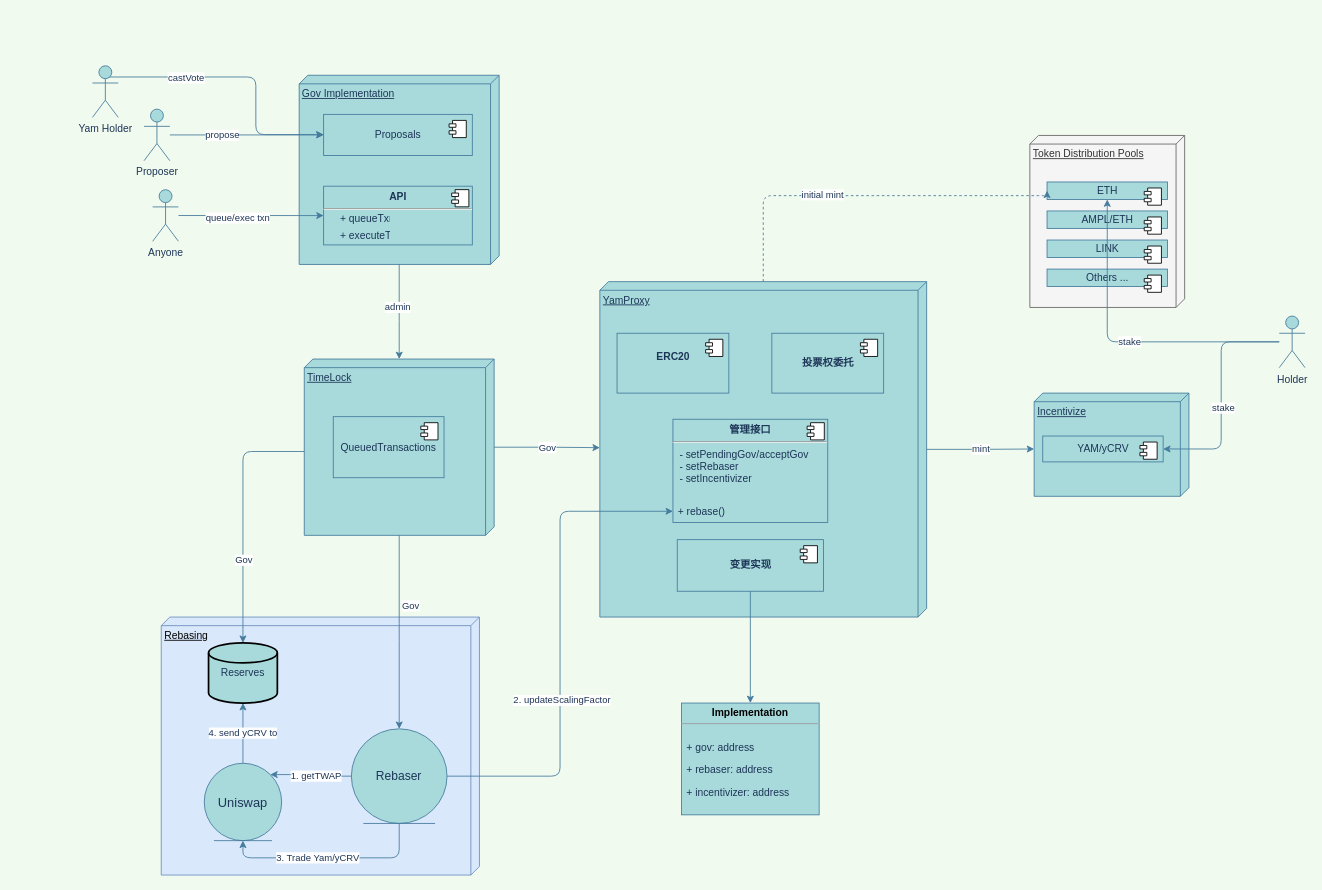
Before: assets/yam.drawio in lerencao/how-yam-works.share, a draw.io diagram. Source tidied: cells renumbered, new cells numbered last; positions are measured from the earlier drawing's top-left corner, leaving out a move shared by most shapes. Both pictures are drawn from the tidied source at 86%, with x=0, y=0 at pixel (15, 15).
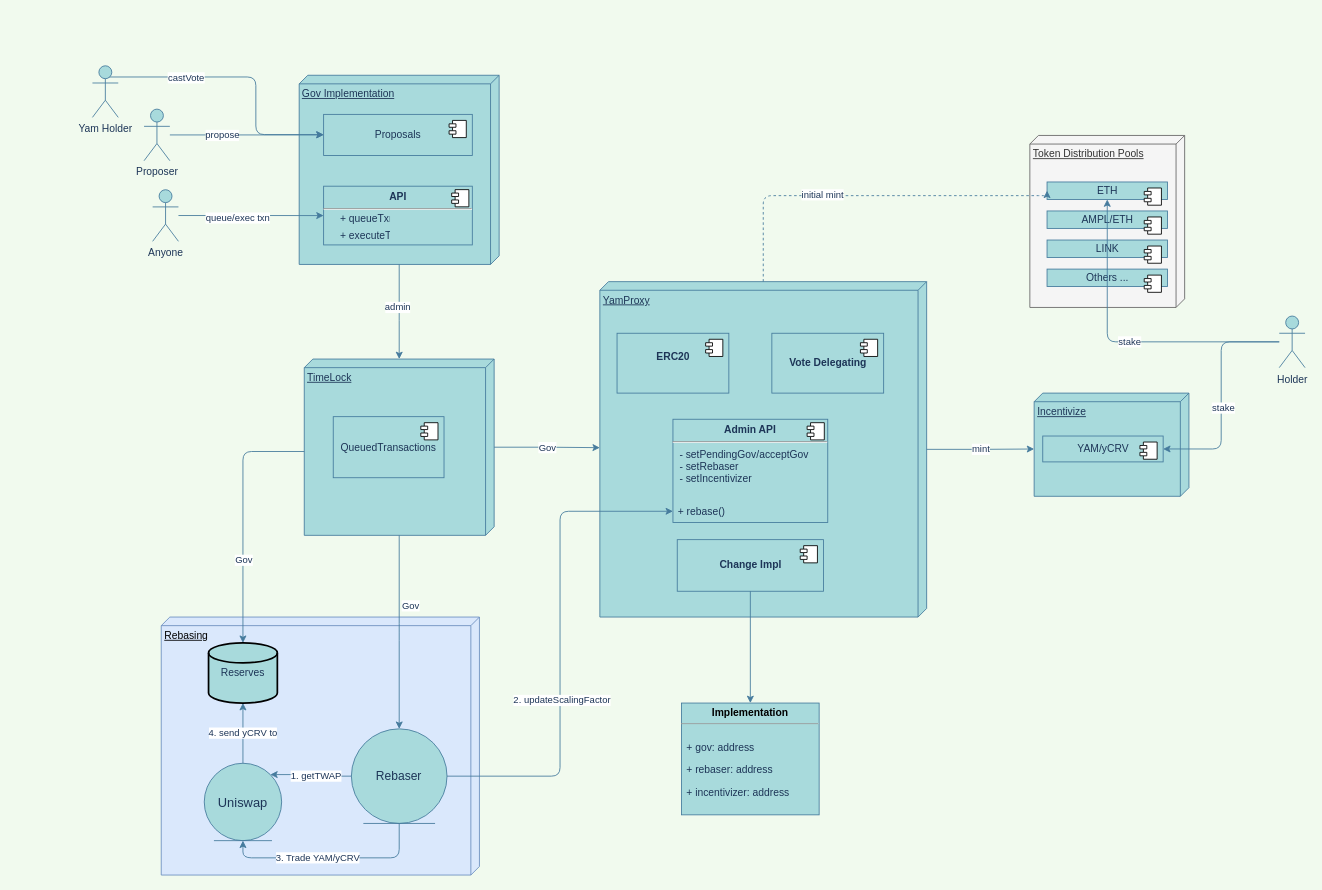
Above is the later version.

Commit message (it also covers changes not shown here):
update yam jpg

Unchanged cells that the change refers to:
```xml
<mxCell id="9" style="group;" parent="8" vertex="1">
  <mxGeometry width="380" height="390" as="geometry" />
</mxCell>
<mxCell id="17" style="group;" parent="9" vertex="1">
  <mxGeometry x="85" y="160" width="180" height="120" as="geometry" />
</mxCell>
<mxCell id="57" style="edgeStyle=orthogonalEdgeStyle;curved=0;rounded=1;sketch=0;jettySize=auto;html=1;exitX=0.5;exitY=1;exitDx=0;exitDy=0;entryX=0.5;entryY=1;entryDx=0;entryDy=0;strokeColor=#457B9D;fillColor=#A8DADC;fontColor=#1D3557;" parent="51" edge="1" source="54" target="53">
  <mxGeometry relative="1" as="geometry" />
</mxCell>
```

What changed in the source:
```diff
@@
-    <mxCell id="13" value="&lt;b&gt;投票权委托&lt;br&gt;&lt;/b&gt;" style="html=1;rounded=0;sketch=0;strokeColor=#457B9D;fillColor=#A8DADC;fontColor=#1D3557;" parent="9" vertex="1">
+    <mxCell id="13" value="&lt;b&gt;Vote Delegating&lt;br&gt;&lt;/b&gt;" style="html=1;rounded=0;sketch=0;strokeColor=#457B9D;fillColor=#A8DADC;fontColor=#1D3557;" parent="9" vertex="1">
       <mxGeometry x="200" y="60" width="130" height="69.6" as="geometry" />
     </mxCell>
@@
-    <mxCell id="15" value="&lt;b&gt;变更实现&lt;/b&gt;" style="html=1;rounded=0;sketch=0;strokeColor=#457B9D;fillColor=#A8DADC;fontColor=#1D3557;" parent="9" vertex="1">
+    <mxCell id="15" value="&lt;b&gt;Change Impl&lt;/b&gt;" style="html=1;rounded=0;sketch=0;strokeColor=#457B9D;fillColor=#A8DADC;fontColor=#1D3557;" parent="9" vertex="1">
       <mxGeometry x="90" y="300" width="170" height="60" as="geometry" />
     </mxCell>
@@
-    <mxCell id="18" value="&lt;p style=&quot;margin: 0px ; margin-top: 6px ; text-align: center&quot;&gt;&lt;b&gt;管理接口&lt;/b&gt;&lt;/p&gt;&lt;hr&gt;&lt;p style=&quot;margin: 0px ; margin-left: 8px&quot;&gt;- setPendingGov/acceptGov&lt;/p&gt;&lt;p style=&quot;margin: 0px ; margin-left: 8px&quot;&gt;- setRebaser&lt;/p&gt;&lt;p style=&quot;margin: 0px ; margin-left: 8px&quot;&gt;- setIncentivizer&lt;/p&gt;&lt;p style=&quot;margin: 0px ; margin-left: 8px&quot;&gt;&lt;br&gt;&lt;/p&gt;" style="align=left;overflow=fill;html=1;rounded=0;sketch=0;strokeColor=#457B9D;fillColor=#A8DADC;fontColor=#1D3557;" parent="17" vertex="1">
+    <mxCell id="18" value="&lt;p style=&quot;margin: 0px ; margin-top: 6px ; text-align: center&quot;&gt;&lt;b&gt;Admin API&lt;/b&gt;&lt;/p&gt;&lt;hr&gt;&lt;p style=&quot;margin: 0px ; margin-left: 8px&quot;&gt;- setPendingGov/acceptGov&lt;/p&gt;&lt;p style=&quot;margin: 0px ; margin-left: 8px&quot;&gt;- setRebaser&lt;/p&gt;&lt;p style=&quot;margin: 0px ; margin-left: 8px&quot;&gt;- setIncentivizer&lt;/p&gt;&lt;p style=&quot;margin: 0px ; margin-left: 8px&quot;&gt;&lt;br&gt;&lt;/p&gt;" style="align=left;overflow=fill;html=1;rounded=0;sketch=0;strokeColor=#457B9D;fillColor=#A8DADC;fontColor=#1D3557;" parent="17" vertex="1">
       <mxGeometry width="180" height="120" as="geometry" />
     </mxCell>
@@
-    <mxCell id="58" value="3. Trade Yam/yCRV" style="edgeLabel;html=1;align=center;verticalAlign=middle;fontColor=#1D3557;" parent="57" vertex="1">
+    <mxCell id="58" value="3. Trade YAM/yCRV" style="edgeLabel;html=1;align=center;verticalAlign=middle;fontColor=#1D3557;" parent="57" vertex="1">
       <mxGeometry x="0.12" y="-1" relative="1" as="geometry" />
     </mxCell>
```
